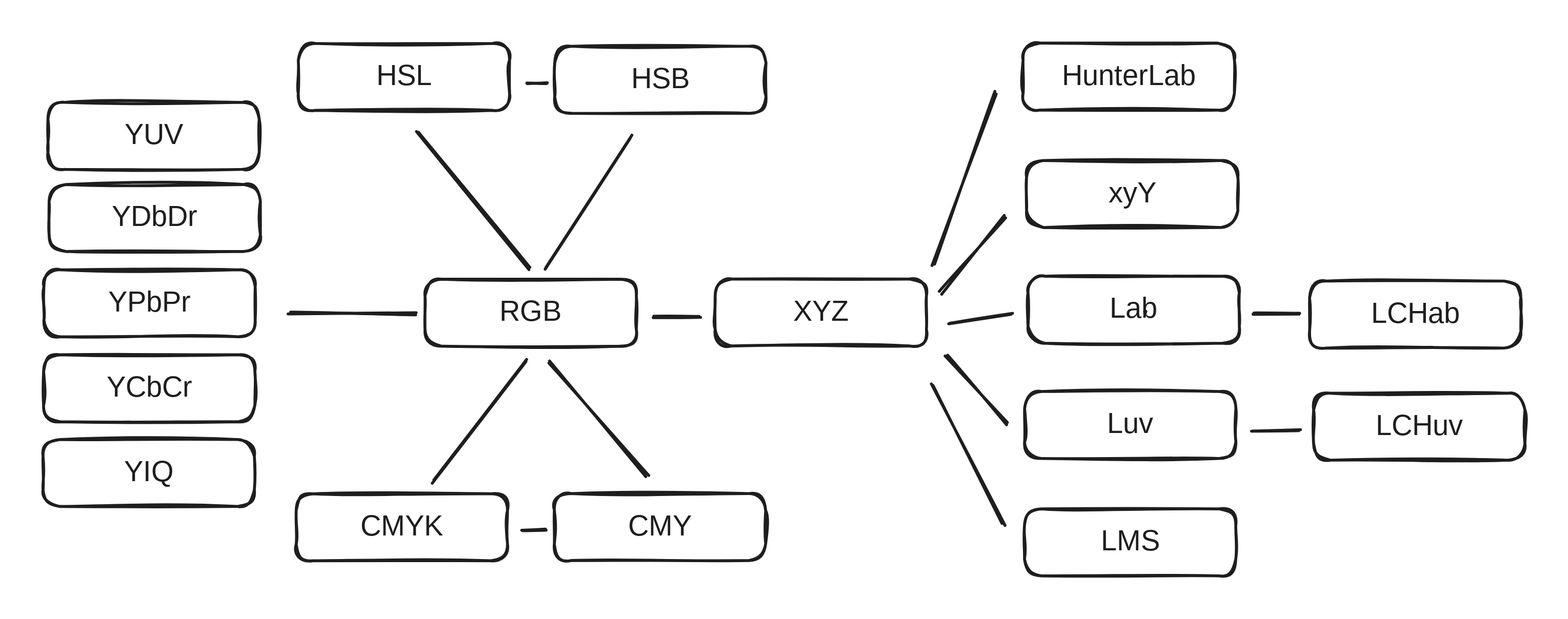
Before: .gitbook/assets/file.excalidraw.svg, a diagram exported from Excalidraw (CharlesShan-hub/PKM-BOOK). Source tidied: one line per element, renumbered; positions are measured from the earlier drawing's top-left corner, leaving out a move shared by most shapes. Its diagram source:
```json
{"id": 0, "type": "rectangle", "strokeColor": "#1e1e1e", "strokeWidth": 2, "roughness": 1, "round": true, "x": 684, "y": 325, "width": 147, "height": 47}
{"id": 1, "type": "text", "text": "LMS", "strokeColor": "#1e1e1e", "strokeWidth": 2, "roughness": 1, "fontSize": 20, "fontFamily": 1, "textAlign": "center", "verticalAlign": "middle", "inside": 0, "x": 737, "y": 335, "width": 39, "height": 25}
{"id": 2, "type": "rectangle", "strokeColor": "#1e1e1e", "strokeWidth": 2, "roughness": 1, "round": true, "x": 468, "y": 164, "width": 147, "height": 47}
{"id": 3, "type": "text", "text": "XYZ", "strokeColor": "#1e1e1e", "strokeWidth": 2, "roughness": 1, "fontSize": 20, "fontFamily": 1, "textAlign": "center", "verticalAlign": "middle", "inside": 2, "x": 523, "y": 175, "width": 38, "height": 25}
{"id": 4, "type": "rectangle", "strokeColor": "#1e1e1e", "strokeWidth": 2, "roughness": 1, "round": true, "x": 684, "y": 243, "width": 147, "height": 47}
{"id": 5, "type": "text", "text": "Luv", "strokeColor": "#1e1e1e", "strokeWidth": 2, "roughness": 1, "fontSize": 20, "fontFamily": 1, "textAlign": "center", "verticalAlign": "middle", "inside": 4, "x": 740, "y": 254, "width": 34, "height": 25}
{"id": 6, "type": "rectangle", "strokeColor": "#1e1e1e", "strokeWidth": 2, "roughness": 1, "round": true, "x": 885, "y": 244, "width": 147, "height": 47}
{"id": 7, "type": "text", "text": "LCHuv", "strokeColor": "#1e1e1e", "strokeWidth": 2, "roughness": 1, "fontSize": 20, "fontFamily": 1, "textAlign": "center", "verticalAlign": "middle", "inside": 6, "x": 930, "y": 255, "width": 58, "height": 25}
{"id": 8, "type": "rectangle", "strokeColor": "#1e1e1e", "strokeWidth": 2, "roughness": 1, "round": true, "x": 686, "y": 162, "width": 147, "height": 47}
{"id": 9, "type": "text", "text": "Lab", "strokeColor": "#1e1e1e", "strokeWidth": 2, "roughness": 1, "fontSize": 20, "fontFamily": 1, "textAlign": "center", "verticalAlign": "middle", "inside": 8, "x": 742, "y": 173, "width": 35, "height": 25}
{"id": 10, "type": "arrow", "strokeColor": "#1e1e1e", "strokeWidth": 2, "roughness": 1, "endArrowhead": "arrow", "round": true, "x": 767, "y": 187, "width": 1, "height": 0, "points": [[0, 0], [1, 0]]}
{"id": 11, "type": "rectangle", "strokeColor": "#1e1e1e", "strokeWidth": 2, "roughness": 1, "round": true, "x": 882, "y": 166, "width": 147, "height": 47}
{"id": 12, "type": "text", "text": "LCHab", "strokeColor": "#1e1e1e", "strokeWidth": 2, "roughness": 1, "fontSize": 20, "fontFamily": 1, "textAlign": "center", "verticalAlign": "middle", "inside": 11, "x": 926, "y": 177, "width": 59, "height": 25}
{"id": 13, "type": "rectangle", "strokeColor": "#1e1e1e", "strokeWidth": 2, "roughness": 1, "round": true, "x": 685, "y": 82, "width": 147, "height": 47}
{"id": 14, "type": "text", "text": "xyY", "strokeColor": "#1e1e1e", "strokeWidth": 2, "roughness": 1, "fontSize": 20, "fontFamily": 1, "textAlign": "center", "verticalAlign": "middle", "inside": 13, "x": 743, "y": 93, "width": 31, "height": 25}
{"id": 15, "type": "rectangle", "strokeColor": "#1e1e1e", "strokeWidth": 2, "roughness": 1, "round": true, "x": 683, "y": 0, "width": 147, "height": 47}
{"id": 16, "type": "text", "text": "HunterLab", "strokeColor": "#1e1e1e", "strokeWidth": 2, "roughness": 1, "fontSize": 20, "fontFamily": 1, "textAlign": "center", "verticalAlign": "middle", "inside": 15, "x": 707, "y": 11, "width": 98, "height": 25}
{"id": 17, "type": "rectangle", "strokeColor": "#1e1e1e", "strokeWidth": 2, "roughness": 1, "round": true, "x": 266, "y": 165, "width": 147, "height": 47}
{"id": 18, "type": "text", "text": "RGB", "strokeColor": "#1e1e1e", "strokeWidth": 2, "roughness": 1, "fontSize": 20, "fontFamily": 1, "textAlign": "center", "verticalAlign": "middle", "inside": 17, "x": 318, "y": 175, "width": 44, "height": 25}
{"id": 19, "type": "rectangle", "strokeColor": "#1e1e1e", "strokeWidth": 2, "roughness": 1, "round": true, "x": 356, "y": 2, "width": 147, "height": 47}
{"id": 20, "type": "text", "text": "HSB", "strokeColor": "#1e1e1e", "strokeWidth": 2, "roughness": 1, "fontSize": 20, "fontFamily": 1, "textAlign": "center", "verticalAlign": "middle", "inside": 19, "x": 411, "y": 13, "width": 38, "height": 25}
{"id": 21, "type": "rectangle", "strokeColor": "#1e1e1e", "strokeWidth": 2, "roughness": 1, "round": true, "x": 178, "y": 0, "width": 147, "height": 47}
{"id": 22, "type": "text", "text": "HSL", "strokeColor": "#1e1e1e", "strokeWidth": 2, "roughness": 1, "fontSize": 20, "fontFamily": 1, "textAlign": "center", "verticalAlign": "middle", "inside": 21, "x": 234, "y": 11, "width": 35, "height": 25}
{"id": 23, "type": "rectangle", "strokeColor": "#1e1e1e", "strokeWidth": 2, "roughness": 1, "round": true, "x": 3, "y": 41, "width": 147, "height": 47}
{"id": 24, "type": "text", "text": "YUV", "strokeColor": "#1e1e1e", "strokeWidth": 2, "roughness": 1, "fontSize": 20, "fontFamily": 1, "textAlign": "center", "verticalAlign": "middle", "inside": 23, "x": 59, "y": 52, "width": 35, "height": 25}
{"id": 25, "type": "rectangle", "strokeColor": "#1e1e1e", "strokeWidth": 2, "roughness": 1, "round": true, "x": 4, "y": 99, "width": 147, "height": 47}
{"id": 26, "type": "text", "text": "YDbDr", "strokeColor": "#1e1e1e", "strokeWidth": 2, "roughness": 1, "fontSize": 20, "fontFamily": 1, "textAlign": "center", "verticalAlign": "middle", "inside": 25, "x": 48, "y": 109, "width": 60, "height": 25}
{"id": 27, "type": "rectangle", "strokeColor": "#1e1e1e", "strokeWidth": 2, "roughness": 1, "round": true, "x": 1, "y": 158, "width": 147, "height": 47}
{"id": 28, "type": "text", "text": "YPbPr", "strokeColor": "#1e1e1e", "strokeWidth": 2, "roughness": 1, "fontSize": 20, "fontFamily": 1, "textAlign": "center", "verticalAlign": "middle", "inside": 27, "x": 46, "y": 169, "width": 56, "height": 25}
{"id": 29, "type": "rectangle", "strokeColor": "#1e1e1e", "strokeWidth": 2, "roughness": 1, "round": true, "x": 0, "y": 217, "width": 147, "height": 47}
{"id": 30, "type": "text", "text": "YCbCr", "strokeColor": "#1e1e1e", "strokeWidth": 2, "roughness": 1, "fontSize": 20, "fontFamily": 1, "textAlign": "center", "verticalAlign": "middle", "inside": 29, "x": 47, "y": 228, "width": 55, "height": 25}
{"id": 31, "type": "rectangle", "strokeColor": "#1e1e1e", "strokeWidth": 2, "roughness": 1, "round": true, "x": 0, "y": 276, "width": 147, "height": 47}
{"id": 32, "type": "text", "text": "YIQ", "strokeColor": "#1e1e1e", "strokeWidth": 2, "roughness": 1, "fontSize": 20, "fontFamily": 1, "textAlign": "center", "verticalAlign": "middle", "inside": 31, "x": 56, "y": 287, "width": 35, "height": 25}
{"id": 33, "type": "rectangle", "strokeColor": "#1e1e1e", "strokeWidth": 2, "roughness": 1, "round": true, "x": 176, "y": 314, "width": 147, "height": 47}
{"id": 34, "type": "text", "text": "CMYK", "strokeColor": "#1e1e1e", "strokeWidth": 2, "roughness": 1, "fontSize": 20, "fontFamily": 1, "textAlign": "center", "verticalAlign": "middle", "inside": 33, "x": 224, "y": 325, "width": 51, "height": 25}
{"id": 35, "type": "rectangle", "strokeColor": "#1e1e1e", "strokeWidth": 2, "roughness": 1, "round": true, "x": 356, "y": 314, "width": 147, "height": 47}
{"id": 36, "type": "text", "text": "CMY", "strokeColor": "#1e1e1e", "strokeWidth": 2, "roughness": 1, "fontSize": 20, "fontFamily": 1, "textAlign": "center", "verticalAlign": "middle", "inside": 35, "x": 410, "y": 325, "width": 39, "height": 25}
{"id": 37, "type": "line", "strokeColor": "#1e1e1e", "strokeWidth": 2, "roughness": 1, "round": true, "x": 843, "y": 189, "width": 32, "height": 0, "points": [[0, 0], [32, 0]]}
{"id": 38, "type": "line", "strokeColor": "#1e1e1e", "strokeWidth": 2, "roughness": 1, "round": true, "x": 842, "y": 270, "width": 33, "height": 0, "points": [[0, 0], [33, 0]]}
{"id": 39, "type": "line", "strokeColor": "#1e1e1e", "strokeWidth": 2, "roughness": 1, "round": true, "x": 620, "y": 155, "width": 44, "height": 120, "points": [[0, 0], [44, -120]]}
{"id": 40, "type": "line", "strokeColor": "#1e1e1e", "strokeWidth": 2, "roughness": 1, "round": true, "x": 625, "y": 174, "width": 45, "height": 53, "points": [[0, 0], [45, -53]]}
{"id": 41, "type": "line", "strokeColor": "#1e1e1e", "strokeWidth": 2, "roughness": 1, "round": true, "x": 631, "y": 195, "width": 43, "height": 7, "points": [[0, 0], [43, -7]]}
{"id": 42, "type": "line", "strokeColor": "#1e1e1e", "strokeWidth": 2, "roughness": 1, "round": true, "x": 629, "y": 217, "width": 42, "height": 47, "points": [[0, 0], [42, 47]]}
{"id": 43, "type": "line", "strokeColor": "#1e1e1e", "strokeWidth": 2, "roughness": 1, "round": true, "x": 619, "y": 239, "width": 50, "height": 96, "points": [[0, 0], [50, 96]]}
{"id": 44, "type": "line", "strokeColor": "#1e1e1e", "strokeWidth": 2, "roughness": 1, "round": true, "x": 425, "y": 191, "width": 32, "height": 0, "points": [[0, 0], [32, 0]]}
{"id": 45, "type": "line", "strokeColor": "#1e1e1e", "strokeWidth": 2, "roughness": 1, "round": true, "x": 337, "y": 28, "width": 15, "height": 0, "points": [[0, 0], [15, 0]]}
{"id": 46, "type": "line", "strokeColor": "#1e1e1e", "strokeWidth": 2, "roughness": 1, "round": true, "x": 334, "y": 340, "width": 17, "height": 1, "points": [[0, 0], [17, -1]]}
{"id": 47, "type": "line", "strokeColor": "#1e1e1e", "strokeWidth": 2, "roughness": 1, "round": true, "x": 271, "y": 305, "width": 64, "height": 84, "points": [[0, 0], [64, -84]]}
{"id": 48, "type": "line", "strokeColor": "#1e1e1e", "strokeWidth": 2, "roughness": 1, "round": true, "x": 420, "y": 302, "width": 68, "height": 80, "points": [[0, 0], [-68, -80]]}
{"id": 49, "type": "line", "strokeColor": "#1e1e1e", "strokeWidth": 2, "roughness": 1, "round": true, "x": 410, "y": 65, "width": 60, "height": 92, "points": [[0, 0], [-60, 92]]}
{"id": 50, "type": "line", "strokeColor": "#1e1e1e", "strokeWidth": 2, "roughness": 1, "round": true, "x": 261, "y": 61, "width": 77, "height": 95, "points": [[0, 0], [77, 95]]}
{"id": 51, "type": "line", "strokeColor": "#1e1e1e", "strokeWidth": 2, "roughness": 1, "round": true, "x": 171, "y": 189, "width": 87, "height": 1, "points": [[0, 0], [87, -1]]}
```
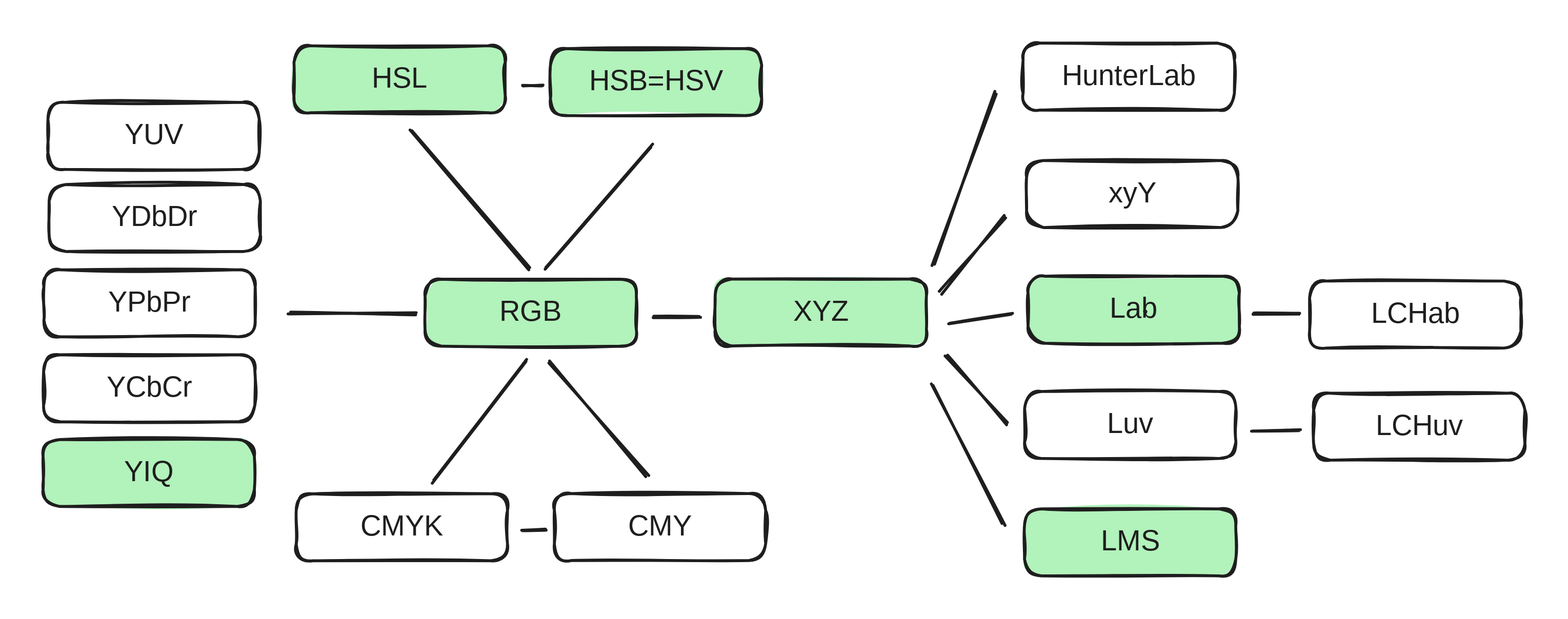
The same file after the commit.

What changed in the source:
```diff
@@ -1,12 +1,12 @@
-{"id": 0, "type": "rectangle", "strokeColor": "#1e1e1e", "strokeWidth": 2, "roughness": 1, "round": true, "x": 684, "y": 325, "width": 147, "height": 47}
+{"id": 0, "type": "rectangle", "strokeColor": "#1e1e1e", "backgroundColor": "#b2f2bb", "fillStyle": "solid", "strokeWidth": 2, "roughness": 1, "round": true, "x": 684, "y": 325, "width": 147, "height": 47}
 {"id": 1, "type": "text", "text": "LMS", "strokeColor": "#1e1e1e", "strokeWidth": 2, "roughness": 1, "fontSize": 20, "fontFamily": 1, "textAlign": "center", "verticalAlign": "middle", "inside": 0, "x": 737, "y": 335, "width": 39, "height": 25}
-{"id": 2, "type": "rectangle", "strokeColor": "#1e1e1e", "strokeWidth": 2, "roughness": 1, "round": true, "x": 468, "y": 164, "width": 147, "height": 47}
+{"id": 2, "type": "rectangle", "strokeColor": "#1e1e1e", "backgroundColor": "#b2f2bb", "fillStyle": "solid", "strokeWidth": 2, "roughness": 1, "round": true, "x": 468, "y": 164, "width": 147, "height": 47}
 {"id": 3, "type": "text", "text": "XYZ", "strokeColor": "#1e1e1e", "strokeWidth": 2, "roughness": 1, "fontSize": 20, "fontFamily": 1, "textAlign": "center", "verticalAlign": "middle", "inside": 2, "x": 523, "y": 175, "width": 38, "height": 25}
 {"id": 4, "type": "rectangle", "strokeColor": "#1e1e1e", "strokeWidth": 2, "roughness": 1, "round": true, "x": 684, "y": 243, "width": 147, "height": 47}
 {"id": 5, "type": "text", "text": "Luv", "strokeColor": "#1e1e1e", "strokeWidth": 2, "roughness": 1, "fontSize": 20, "fontFamily": 1, "textAlign": "center", "verticalAlign": "middle", "inside": 4, "x": 740, "y": 254, "width": 34, "height": 25}
 {"id": 6, "type": "rectangle", "strokeColor": "#1e1e1e", "strokeWidth": 2, "roughness": 1, "round": true, "x": 885, "y": 244, "width": 147, "height": 47}
 {"id": 7, "type": "text", "text": "LCHuv", "strokeColor": "#1e1e1e", "strokeWidth": 2, "roughness": 1, "fontSize": 20, "fontFamily": 1, "textAlign": "center", "verticalAlign": "middle", "inside": 6, "x": 930, "y": 255, "width": 58, "height": 25}
-{"id": 8, "type": "rectangle", "strokeColor": "#1e1e1e", "strokeWidth": 2, "roughness": 1, "round": true, "x": 686, "y": 162, "width": 147, "height": 47}
+{"id": 8, "type": "rectangle", "strokeColor": "#1e1e1e", "backgroundColor": "#b2f2bb", "fillStyle": "solid", "strokeWidth": 2, "roughness": 1, "round": true, "x": 686, "y": 162, "width": 147, "height": 47}
 {"id": 9, "type": "text", "text": "Lab", "strokeColor": "#1e1e1e", "strokeWidth": 2, "roughness": 1, "fontSize": 20, "fontFamily": 1, "textAlign": "center", "verticalAlign": "middle", "inside": 8, "x": 742, "y": 173, "width": 35, "height": 25}
 {"id": 10, "type": "arrow", "strokeColor": "#1e1e1e", "strokeWidth": 2, "roughness": 1, "endArrowhead": "arrow", "round": true, "x": 767, "y": 187, "width": 1, "height": 0, "points": [[0, 0], [1, 0]]}
 {"id": 11, "type": "rectangle", "strokeColor": "#1e1e1e", "strokeWidth": 2, "roughness": 1, "round": true, "x": 882, "y": 166, "width": 147, "height": 47}
@@ -15,12 +15,12 @@
 {"id": 14, "type": "text", "text": "xyY", "strokeColor": "#1e1e1e", "strokeWidth": 2, "roughness": 1, "fontSize": 20, "fontFamily": 1, "textAlign": "center", "verticalAlign": "middle", "inside": 13, "x": 743, "y": 93, "width": 31, "height": 25}
 {"id": 15, "type": "rectangle", "strokeColor": "#1e1e1e", "strokeWidth": 2, "roughness": 1, "round": true, "x": 683, "y": 0, "width": 147, "height": 47}
 {"id": 16, "type": "text", "text": "HunterLab", "strokeColor": "#1e1e1e", "strokeWidth": 2, "roughness": 1, "fontSize": 20, "fontFamily": 1, "textAlign": "center", "verticalAlign": "middle", "inside": 15, "x": 707, "y": 11, "width": 98, "height": 25}
-{"id": 17, "type": "rectangle", "strokeColor": "#1e1e1e", "strokeWidth": 2, "roughness": 1, "round": true, "x": 266, "y": 165, "width": 147, "height": 47}
+{"id": 17, "type": "rectangle", "strokeColor": "#1e1e1e", "backgroundColor": "#b2f2bb", "fillStyle": "solid", "strokeWidth": 2, "roughness": 1, "round": true, "x": 266, "y": 165, "width": 147, "height": 47}
 {"id": 18, "type": "text", "text": "RGB", "strokeColor": "#1e1e1e", "strokeWidth": 2, "roughness": 1, "fontSize": 20, "fontFamily": 1, "textAlign": "center", "verticalAlign": "middle", "inside": 17, "x": 318, "y": 175, "width": 44, "height": 25}
-{"id": 19, "type": "rectangle", "strokeColor": "#1e1e1e", "strokeWidth": 2, "roughness": 1, "round": true, "x": 356, "y": 2, "width": 147, "height": 47}
+{"id": 19, "type": "rectangle", "strokeColor": "#1e1e1e", "backgroundColor": "#b2f2bb", "fillStyle": "solid", "strokeWidth": 2, "roughness": 1, "round": true, "x": 353, "y": 4, "width": 147, "height": 47}
-{"id": 20, "type": "text", "text": "HSB", "strokeColor": "#1e1e1e", "strokeWidth": 2, "roughness": 1, "fontSize": 20, "fontFamily": 1, "textAlign": "center", "verticalAlign": "middle", "inside": 19, "x": 411, "y": 13, "width": 38, "height": 25}
+{"id": 20, "type": "text", "text": "HSB=HSV", "strokeColor": "#1e1e1e", "strokeWidth": 2, "roughness": 1, "fontSize": 20, "fontFamily": 1, "textAlign": "center", "verticalAlign": "middle", "inside": 19, "x": 385, "y": 15, "width": 84, "height": 25}
-{"id": 21, "type": "rectangle", "strokeColor": "#1e1e1e", "strokeWidth": 2, "roughness": 1, "round": true, "x": 178, "y": 0, "width": 147, "height": 47}
+{"id": 21, "type": "rectangle", "strokeColor": "#1e1e1e", "backgroundColor": "#b2f2bb", "fillStyle": "solid", "strokeWidth": 2, "roughness": 1, "round": true, "x": 175, "y": 2, "width": 147, "height": 47}
-{"id": 22, "type": "text", "text": "HSL", "strokeColor": "#1e1e1e", "strokeWidth": 2, "roughness": 1, "fontSize": 20, "fontFamily": 1, "textAlign": "center", "verticalAlign": "middle", "inside": 21, "x": 234, "y": 11, "width": 35, "height": 25}
+{"id": 22, "type": "text", "text": "HSL", "strokeColor": "#1e1e1e", "strokeWidth": 2, "roughness": 1, "fontSize": 20, "fontFamily": 1, "textAlign": "center", "verticalAlign": "middle", "inside": 21, "x": 231, "y": 13, "width": 35, "height": 25}
 {"id": 23, "type": "rectangle", "strokeColor": "#1e1e1e", "strokeWidth": 2, "roughness": 1, "round": true, "x": 3, "y": 41, "width": 147, "height": 47}
 {"id": 24, "type": "text", "text": "YUV", "strokeColor": "#1e1e1e", "strokeWidth": 2, "roughness": 1, "fontSize": 20, "fontFamily": 1, "textAlign": "center", "verticalAlign": "middle", "inside": 23, "x": 59, "y": 52, "width": 35, "height": 25}
 {"id": 25, "type": "rectangle", "strokeColor": "#1e1e1e", "strokeWidth": 2, "roughness": 1, "round": true, "x": 4, "y": 99, "width": 147, "height": 47}
@@ -29,7 +29,7 @@
 {"id": 28, "type": "text", "text": "YPbPr", "strokeColor": "#1e1e1e", "strokeWidth": 2, "roughness": 1, "fontSize": 20, "fontFamily": 1, "textAlign": "center", "verticalAlign": "middle", "inside": 27, "x": 46, "y": 169, "width": 56, "height": 25}
 {"id": 29, "type": "rectangle", "strokeColor": "#1e1e1e", "strokeWidth": 2, "roughness": 1, "round": true, "x": 0, "y": 217, "width": 147, "height": 47}
 {"id": 30, "type": "text", "text": "YCbCr", "strokeColor": "#1e1e1e", "strokeWidth": 2, "roughness": 1, "fontSize": 20, "fontFamily": 1, "textAlign": "center", "verticalAlign": "middle", "inside": 29, "x": 47, "y": 228, "width": 55, "height": 25}
-{"id": 31, "type": "rectangle", "strokeColor": "#1e1e1e", "strokeWidth": 2, "roughness": 1, "round": true, "x": 0, "y": 276, "width": 147, "height": 47}
+{"id": 31, "type": "rectangle", "strokeColor": "#1e1e1e", "backgroundColor": "#b2f2bb", "fillStyle": "solid", "strokeWidth": 2, "roughness": 1, "round": true, "x": 0, "y": 276, "width": 147, "height": 47}
 {"id": 32, "type": "text", "text": "YIQ", "strokeColor": "#1e1e1e", "strokeWidth": 2, "roughness": 1, "fontSize": 20, "fontFamily": 1, "textAlign": "center", "verticalAlign": "middle", "inside": 31, "x": 56, "y": 287, "width": 35, "height": 25}
 {"id": 33, "type": "rectangle", "strokeColor": "#1e1e1e", "strokeWidth": 2, "roughness": 1, "round": true, "x": 176, "y": 314, "width": 147, "height": 47}
 {"id": 34, "type": "text", "text": "CMYK", "strokeColor": "#1e1e1e", "strokeWidth": 2, "roughness": 1, "fontSize": 20, "fontFamily": 1, "textAlign": "center", "verticalAlign": "middle", "inside": 33, "x": 224, "y": 325, "width": 51, "height": 25}
@@ -43,10 +43,10 @@
 {"id": 42, "type": "line", "strokeColor": "#1e1e1e", "strokeWidth": 2, "roughness": 1, "round": true, "x": 629, "y": 217, "width": 42, "height": 47, "points": [[0, 0], [42, 47]]}
 {"id": 43, "type": "line", "strokeColor": "#1e1e1e", "strokeWidth": 2, "roughness": 1, "round": true, "x": 619, "y": 239, "width": 50, "height": 96, "points": [[0, 0], [50, 96]]}
 {"id": 44, "type": "line", "strokeColor": "#1e1e1e", "strokeWidth": 2, "roughness": 1, "round": true, "x": 425, "y": 191, "width": 32, "height": 0, "points": [[0, 0], [32, 0]]}
-{"id": 45, "type": "line", "strokeColor": "#1e1e1e", "strokeWidth": 2, "roughness": 1, "round": true, "x": 337, "y": 28, "width": 15, "height": 0, "points": [[0, 0], [15, 0]]}
+{"id": 45, "type": "line", "strokeColor": "#1e1e1e", "strokeWidth": 2, "roughness": 1, "round": true, "x": 334, "y": 30, "width": 15, "height": 0, "points": [[0, 0], [15, 0]]}
 {"id": 46, "type": "line", "strokeColor": "#1e1e1e", "strokeWidth": 2, "roughness": 1, "round": true, "x": 334, "y": 340, "width": 17, "height": 1, "points": [[0, 0], [17, -1]]}
 {"id": 47, "type": "line", "strokeColor": "#1e1e1e", "strokeWidth": 2, "roughness": 1, "round": true, "x": 271, "y": 305, "width": 64, "height": 84, "points": [[0, 0], [64, -84]]}
 {"id": 48, "type": "line", "strokeColor": "#1e1e1e", "strokeWidth": 2, "roughness": 1, "round": true, "x": 420, "y": 302, "width": 68, "height": 80, "points": [[0, 0], [-68, -80]]}
-{"id": 49, "type": "line", "strokeColor": "#1e1e1e", "strokeWidth": 2, "roughness": 1, "round": true, "x": 410, "y": 65, "width": 60, "height": 92, "points": [[0, 0], [-60, 92]]}
+{"id": 49, "type": "line", "strokeColor": "#1e1e1e", "strokeWidth": 2, "roughness": 1, "round": true, "x": 424, "y": 71, "width": 75, "height": 86, "points": [[0, 0], [-75, 86]]}
-{"id": 50, "type": "line", "strokeColor": "#1e1e1e", "strokeWidth": 2, "roughness": 1, "round": true, "x": 261, "y": 61, "width": 77, "height": 95, "points": [[0, 0], [77, 95]]}
+{"id": 50, "type": "line", "strokeColor": "#1e1e1e", "strokeWidth": 2, "roughness": 1, "round": true, "x": 257, "y": 60, "width": 82, "height": 96, "points": [[0, 0], [82, 96]]}
 {"id": 51, "type": "line", "strokeColor": "#1e1e1e", "strokeWidth": 2, "roughness": 1, "round": true, "x": 171, "y": 189, "width": 87, "height": 1, "points": [[0, 0], [87, -1]]}
```
